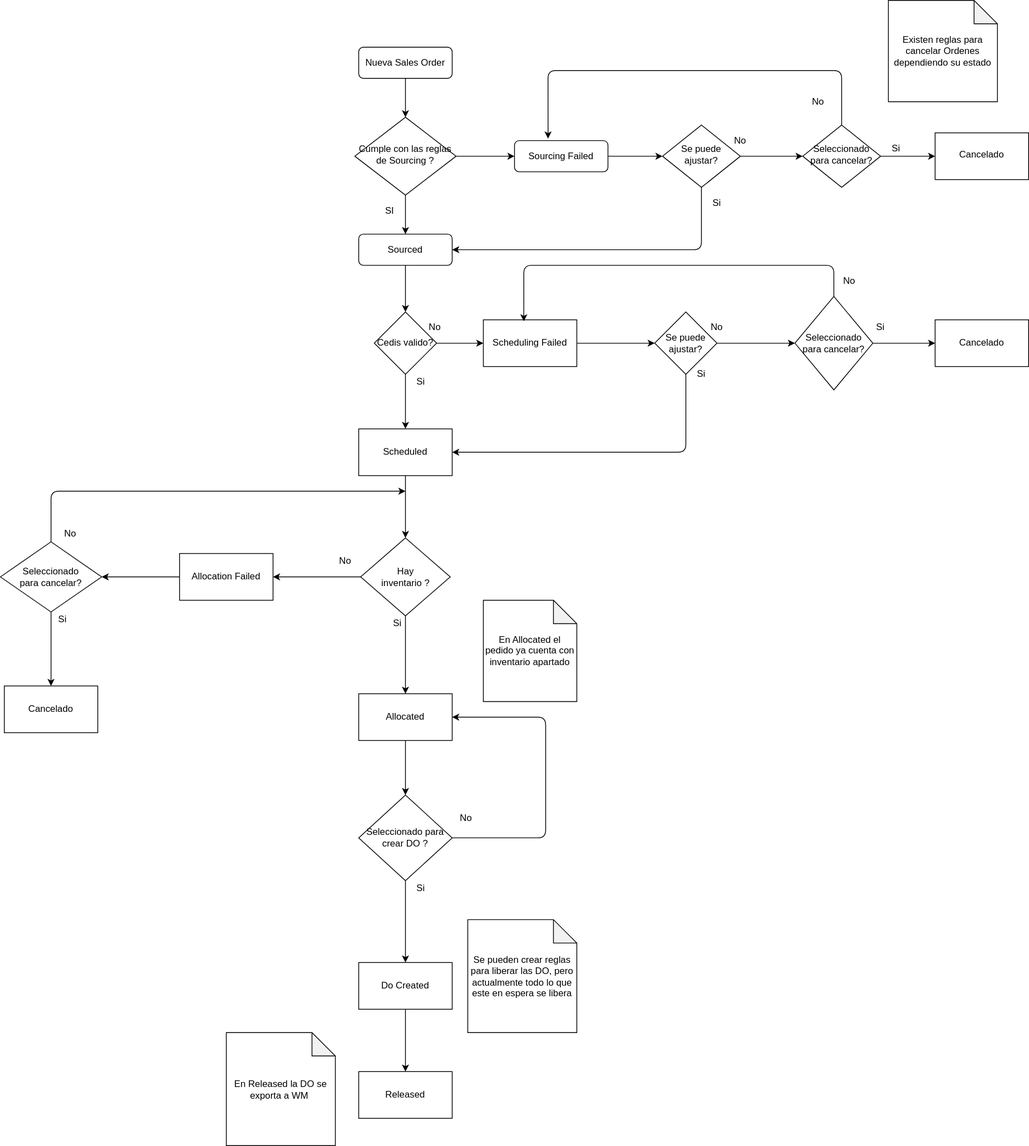
The draw.io diagram Pedidos.svg in erick12357/pruebaRest, before a commit. Source tidied: cells renumbered, new cells last; positions are measured from the earlier drawing's top-left corner, leaving out a move shared by most shapes.
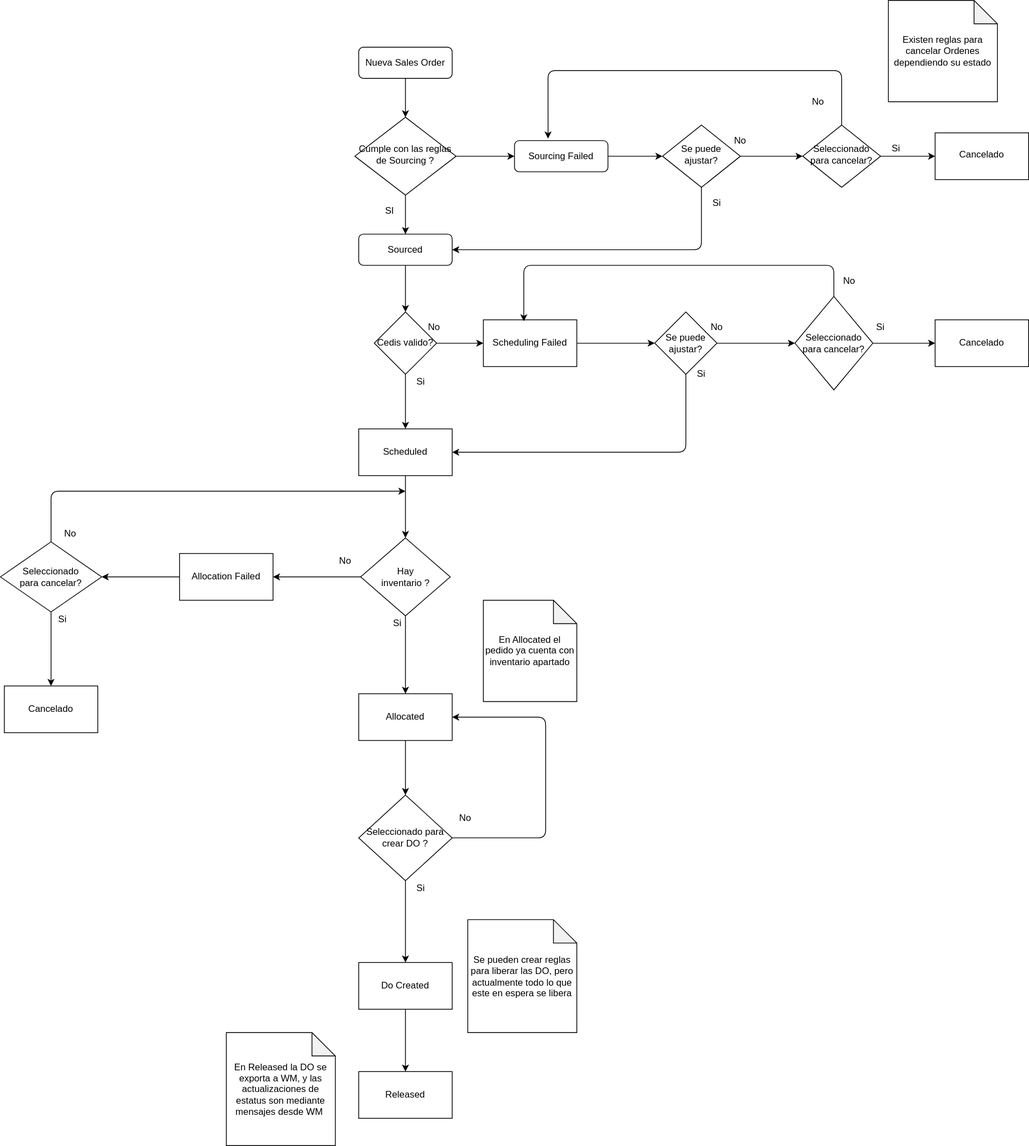
Above is the later version.

What changed in the source:
```diff
@@ -234,7 +234,7 @@
     <mxCell id="68" value="Se pueden crear reglas para liberar las DO, pero actualmente todo lo que este en espera se libera" style="shape=note;whiteSpace=wrap;html=1;backgroundOutline=1;darkOpacity=0.05;" parent="1" vertex="1">
       <mxGeometry x="600" y="1180" width="140" height="145" as="geometry" />
     </mxCell>
-    <mxCell id="69" value="En Released la DO se exporta a WM&amp;nbsp;" style="shape=note;whiteSpace=wrap;html=1;backgroundOutline=1;darkOpacity=0.05;" parent="1" vertex="1">
+    <mxCell id="69" value="En Released la DO se exporta a WM, y las actualizaciones de estatus son mediante mensajes desde WM&amp;nbsp;" style="shape=note;whiteSpace=wrap;html=1;backgroundOutline=1;darkOpacity=0.05;" parent="1" vertex="1">
       <mxGeometry x="290" y="1325" width="140" height="145" as="geometry" />
     </mxCell>
   </root>
```
